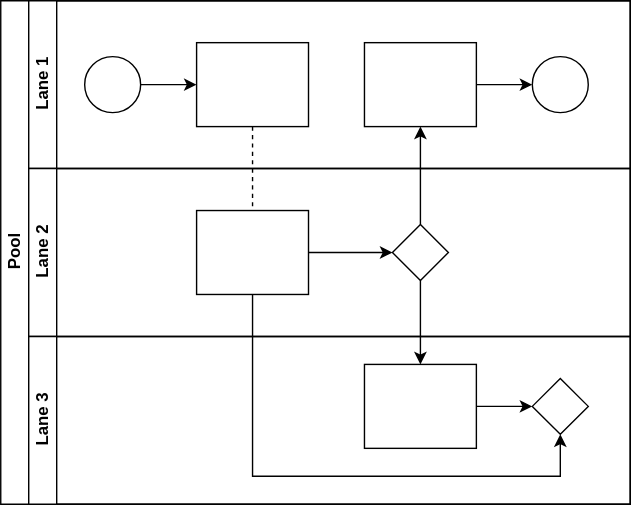
Above: test.svg in siesteven/notes (draw.io), before the change. Source tidied: cells renumbered, new cells last; positions are measured from the earlier drawing's top-left corner, leaving out a move shared by most shapes. The source it was exported from:
```xml
<mxGraphModel>
  <root>
    <mxCell id="0" />
    <mxCell id="1" parent="0" />
    <mxCell id="2" value="Pool" style="swimlane;html=1;horizontal=0;startSize=20;" parent="1" vertex="1">
      <mxGeometry width="450" height="360" as="geometry" />
    </mxCell>
    <mxCell id="3" style="edgeStyle=orthogonalEdgeStyle;rounded=0;jettySize=auto;html=1;dashed=1;endArrow=none;endFill=0;" parent="2" edge="1" source="10" target="16">
      <mxGeometry relative="1" as="geometry" />
    </mxCell>
    <mxCell id="4" style="edgeStyle=orthogonalEdgeStyle;rounded=0;jettySize=auto;html=1;endArrow=classic;endFill=1;" parent="2" edge="1" source="17" target="12">
      <mxGeometry relative="1" as="geometry" />
    </mxCell>
    <mxCell id="5" style="edgeStyle=orthogonalEdgeStyle;rounded=0;jettySize=auto;html=1;endArrow=classic;endFill=1;" parent="2" edge="1" source="17" target="20">
      <mxGeometry relative="1" as="geometry" />
    </mxCell>
    <mxCell id="6" style="edgeStyle=orthogonalEdgeStyle;rounded=0;jettySize=auto;html=1;endArrow=classic;endFill=1;" parent="2" edge="1" source="16" target="21">
      <mxGeometry relative="1" as="geometry">
        <Array as="points">
          <mxPoint x="180" y="340" />
          <mxPoint x="400" y="340" />
        </Array>
      </mxGeometry>
    </mxCell>
    <mxCell id="7" value="Lane 1" style="swimlane;html=1;startSize=20;horizontal=0;" parent="2" vertex="1">
      <mxGeometry x="20" width="430" height="120" as="geometry" />
    </mxCell>
    <mxCell id="8" style="edgeStyle=orthogonalEdgeStyle;rounded=0;jettySize=auto;html=1;" parent="7" edge="1" source="9" target="10">
      <mxGeometry relative="1" as="geometry" />
    </mxCell>
    <mxCell id="9" style="ellipse;whiteSpace=wrap;html=1;" parent="7" vertex="1">
      <mxGeometry x="40" y="40" width="40" height="40" as="geometry" />
    </mxCell>
    <mxCell id="10" style="rounded=0;whiteSpace=wrap;html=1;fontFamily=Helvetica;fontSize=12;fontColor=#000000;align=center;" parent="7" vertex="1">
      <mxGeometry x="120" y="30" width="80" height="60" as="geometry" />
    </mxCell>
    <mxCell id="11" style="edgeStyle=orthogonalEdgeStyle;rounded=0;jettySize=auto;html=1;endArrow=classic;endFill=1;" parent="7" edge="1" source="12" target="13">
      <mxGeometry relative="1" as="geometry" />
    </mxCell>
    <mxCell id="12" style="rounded=0;whiteSpace=wrap;html=1;fontFamily=Helvetica;fontSize=12;fontColor=#000000;align=center;" parent="7" vertex="1">
      <mxGeometry x="240" y="30" width="80" height="60" as="geometry" />
    </mxCell>
    <mxCell id="13" style="ellipse;whiteSpace=wrap;html=1;" parent="7" vertex="1">
      <mxGeometry x="360" y="40" width="40" height="40" as="geometry" />
    </mxCell>
    <mxCell id="14" value="Lane 2" style="swimlane;html=1;startSize=20;horizontal=0;" parent="2" vertex="1">
      <mxGeometry x="20" y="120" width="430" height="120" as="geometry" />
    </mxCell>
    <mxCell id="15" style="edgeStyle=orthogonalEdgeStyle;rounded=0;jettySize=auto;html=1;endArrow=classic;endFill=1;" parent="14" edge="1" source="16" target="17">
      <mxGeometry relative="1" as="geometry" />
    </mxCell>
    <mxCell id="16" style="rounded=0;whiteSpace=wrap;html=1;fontFamily=Helvetica;fontSize=12;fontColor=#000000;align=center;" parent="14" vertex="1">
      <mxGeometry x="120" y="30" width="80" height="60" as="geometry" />
    </mxCell>
    <mxCell id="17" style="rhombus;whiteSpace=wrap;html=1;fontFamily=Helvetica;fontSize=12;fontColor=#000000;align=center;" parent="14" vertex="1">
      <mxGeometry x="260" y="40" width="40" height="40" as="geometry" />
    </mxCell>
    <mxCell id="18" value="Lane 3" style="swimlane;html=1;startSize=20;horizontal=0;" parent="2" vertex="1">
      <mxGeometry x="20" y="240" width="430" height="120" as="geometry" />
    </mxCell>
    <mxCell id="19" style="edgeStyle=orthogonalEdgeStyle;rounded=0;jettySize=auto;html=1;endArrow=classic;endFill=1;" parent="18" edge="1" source="20" target="21">
      <mxGeometry relative="1" as="geometry" />
    </mxCell>
    <mxCell id="20" style="rounded=0;whiteSpace=wrap;html=1;fontFamily=Helvetica;fontSize=12;fontColor=#000000;align=center;" parent="18" vertex="1">
      <mxGeometry x="240" y="20" width="80" height="60" as="geometry" />
    </mxCell>
    <mxCell id="21" style="rhombus;whiteSpace=wrap;html=1;fontFamily=Helvetica;fontSize=12;fontColor=#000000;align=center;" parent="18" vertex="1">
      <mxGeometry x="360" y="30" width="40" height="40" as="geometry" />
    </mxCell>
  </root>
</mxGraphModel>
```
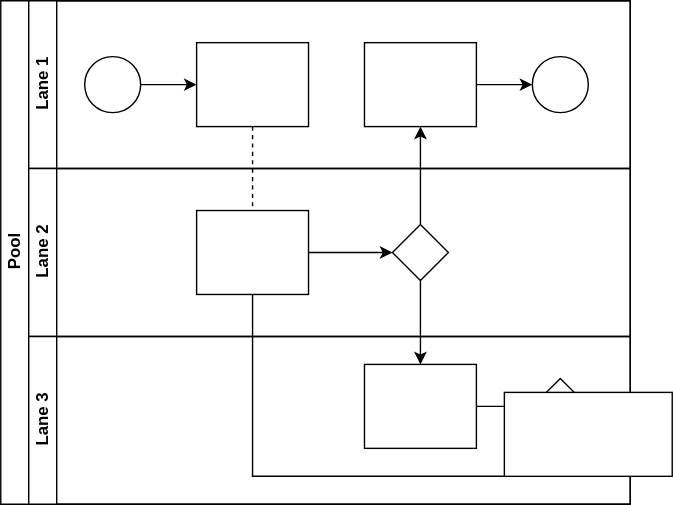
After the change.

The edit, as a diff of the source:
```diff
@@ -67,5 +67,8 @@
     <mxCell id="21" style="rhombus;whiteSpace=wrap;html=1;fontFamily=Helvetica;fontSize=12;fontColor=#000000;align=center;" parent="18" vertex="1">
       <mxGeometry x="360" y="30" width="40" height="40" as="geometry" />
     </mxCell>
+    <mxCell id="22" style="rounded=0;whiteSpace=wrap;html=1;" parent="1" vertex="1">
+      <mxGeometry x="360" y="280" width="120" height="60" as="geometry" />
+    </mxCell>
   </root>
 </mxGraphModel>
```
